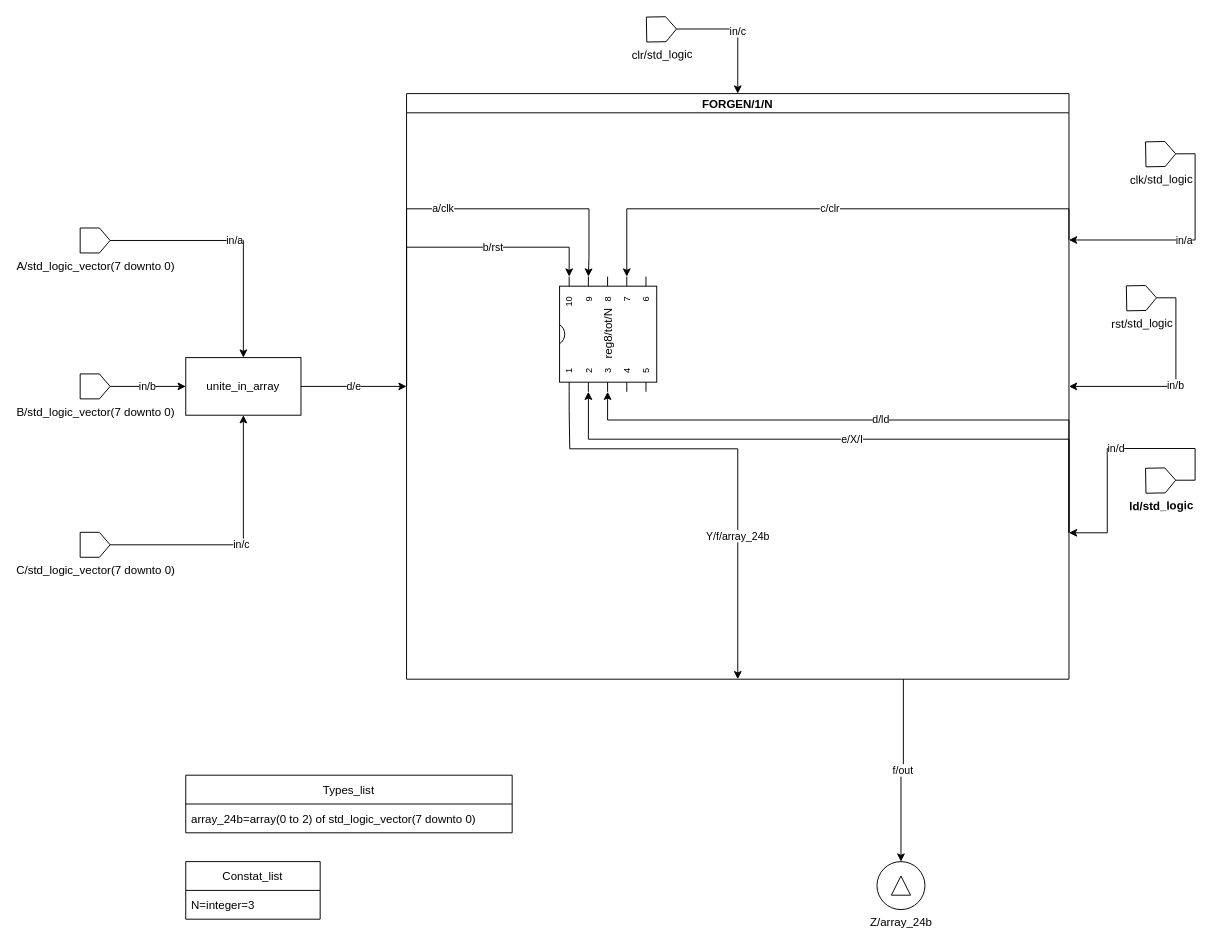
Earlier version of the draw.io diagram page "Page-14" (14 of 14) of Untitled Diagram.drawio (Chewilog/RTL_GEN). Source tidied: cells renumbered, new cells numbered last; positions are measured from the earlier drawing's top-left corner, leaving out a move shared by most shapes. Both pictures are drawn from the tidied source at 96%, with x=0, y=0 at pixel (80, 16).
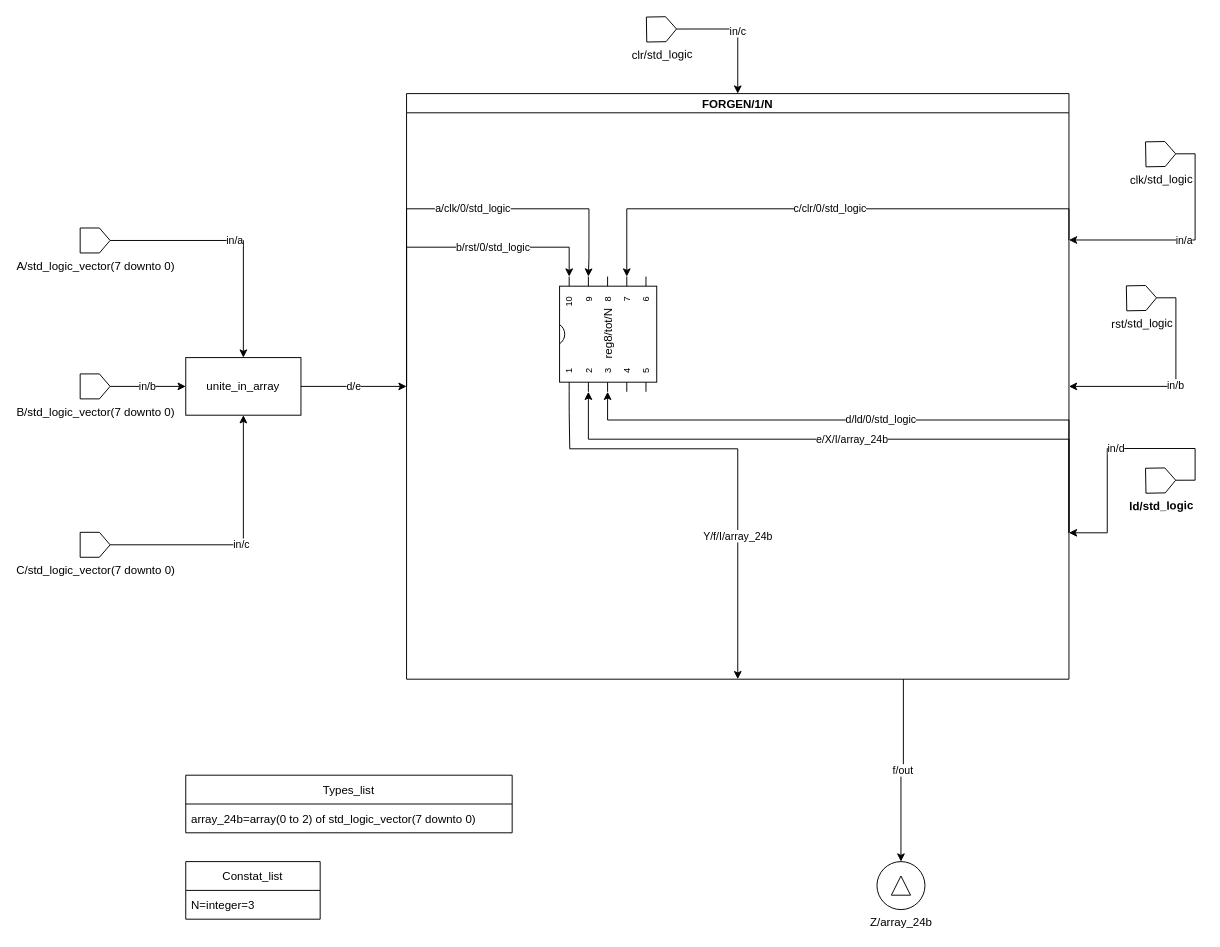
The same page after the edit.

The change refers to these unchanged cells:
```xml
<mxCell id="3" value="FORGEN/1/N" style="swimlane;startSize=20;horizontal=1;containerType=tree;enumerate=0;" parent="1" vertex="1">
  <mxGeometry x="340" y="80" width="690" height="610" as="geometry" />
</mxCell>
<mxCell id="5" value="reg8/tot/N" style="shadow=0;dashed=0;align=center;html=1;strokeWidth=1;shape=mxgraph.electrical.logic_gates.dual_inline_ic;labelNames=a,b,c,d,e,f,g,h,i,j,k,l,m,n,o,p,q,r,s,t;rotation=-90;pinLabelType=gen;" parent="3" vertex="1">
  <mxGeometry x="150" y="200" width="120" height="101.2" as="geometry" />
</mxCell>
```

What changed in the source:
```diff
@@
-    <mxCell id="4" value="Y/f/array_24b" style="edgeStyle=orthogonalEdgeStyle;rounded=0;jettySize=auto;html=1;exitX=0;exitY=0;exitDx=0;exitDy=10;exitPerimeter=0;entryX=0.5;entryY=1;entryDx=0;entryDy=0;" parent="3" edge="1" source="5" target="3">
+    <mxCell id="4" value="Y/f/I/array_24b" style="edgeStyle=orthogonalEdgeStyle;rounded=0;jettySize=auto;html=1;exitX=0;exitY=0;exitDx=0;exitDy=10;exitPerimeter=0;entryX=0.5;entryY=1;entryDx=0;entryDy=0;" parent="3" edge="1" source="5" target="3">
       <mxGeometry x="0.37" relative="1" as="geometry">
         <Array as="points">
           <mxPoint x="169" y="331" />
           <mxPoint x="170" y="370" />
           <mxPoint x="200" y="370" />
         </Array>
       </mxGeometry>
     </mxCell>
@@
-    <mxCell id="6" value="c/clr" style="edgeStyle=orthogonalEdgeStyle;rounded=0;comic=0;jettySize=auto;html=1;exitX=1;exitY=0.25;exitDx=0;exitDy=0;entryX=1;entryY=0;entryDx=0;entryDy=70;entryPerimeter=0;flowAnimation=0;" parent="3" edge="1" source="3" target="5">
+    <mxCell id="6" value="c/clr/0/std_logic" style="edgeStyle=orthogonalEdgeStyle;rounded=0;comic=0;jettySize=auto;html=1;exitX=1;exitY=0.25;exitDx=0;exitDy=0;entryX=1;entryY=0;entryDx=0;entryDy=70;entryPerimeter=0;flowAnimation=0;" parent="3" edge="1" source="3" target="5">
       <mxGeometry relative="1" as="geometry">
         <Array as="points">
           <mxPoint x="229" y="120" />
         </Array>
       </mxGeometry>
     </mxCell>
-    <mxCell id="7" value="b/rst" style="edgeStyle=orthogonalEdgeStyle;rounded=0;comic=0;jettySize=auto;html=1;exitX=0;exitY=0.5;exitDx=0;exitDy=0;entryX=1;entryY=0;entryDx=0;entryDy=10;entryPerimeter=0;" parent="3" edge="1" source="3" target="5">
+    <mxCell id="7" value="b/rst/0/std_logic" style="edgeStyle=orthogonalEdgeStyle;rounded=0;comic=0;jettySize=auto;html=1;exitX=0;exitY=0.5;exitDx=0;exitDy=0;entryX=1;entryY=0;entryDx=0;entryDy=10;entryPerimeter=0;" parent="3" edge="1" source="3" target="5">
       <mxGeometry x="0.36" relative="1" as="geometry">
         <Array as="points">
           <mxPoint y="160" />
           <mxPoint x="169" y="160" />
         </Array>
       </mxGeometry>
     </mxCell>
-    <mxCell id="8" value="a/clk" style="edgeStyle=orthogonalEdgeStyle;rounded=0;jettySize=auto;html=1;exitX=0;exitY=0.5;exitDx=0;exitDy=0;entryX=1;entryY=0;entryDx=0;entryDy=30;entryPerimeter=0;" parent="3" edge="1" source="3" target="5">
-      <mxGeometry relative="1" as="geometry">
+    <mxCell id="8" value="a/clk/0/std_logic" style="edgeStyle=orthogonalEdgeStyle;rounded=0;jettySize=auto;html=1;exitX=0;exitY=0.5;exitDx=0;exitDy=0;entryX=1;entryY=0;entryDx=0;entryDy=30;entryPerimeter=0;" parent="3" edge="1" source="3" target="5">
+      <mxGeometry x="0.14" relative="1" as="geometry">
         <Array as="points">
           <mxPoint y="120" />
           <mxPoint x="190" y="120" />
           <mxPoint x="190" y="171" />
         </Array>
       </mxGeometry>
     </mxCell>
-    <mxCell id="9" value="e/X/I" style="edgeStyle=orthogonalEdgeStyle;rounded=0;jettySize=auto;html=1;exitX=1;exitY=0.75;exitDx=0;exitDy=0;entryX=0;entryY=0;entryDx=0;entryDy=30;entryPerimeter=0;" parent="3" edge="1" source="3" target="5">
+    <mxCell id="9" value="e/X/I/array_24b" style="edgeStyle=orthogonalEdgeStyle;rounded=0;jettySize=auto;html=1;exitX=1;exitY=0.75;exitDx=0;exitDy=0;entryX=0;entryY=0;entryDx=0;entryDy=30;entryPerimeter=0;" parent="3" edge="1" source="3" target="5">
       <mxGeometry relative="1" as="geometry">
         <Array as="points">
           <mxPoint x="189" y="360" />
         </Array>
       </mxGeometry>
     </mxCell>
-    <mxCell id="10" value="d/ld" style="edgeStyle=orthogonalEdgeStyle;rounded=0;jettySize=auto;html=1;exitX=1;exitY=0.75;exitDx=0;exitDy=0;entryX=0;entryY=0;entryDx=0;entryDy=50;entryPerimeter=0;" parent="3" edge="1" source="3" target="5">
+    <mxCell id="10" value="d/ld/0/std_logic" style="edgeStyle=orthogonalEdgeStyle;rounded=0;jettySize=auto;html=1;exitX=1;exitY=0.75;exitDx=0;exitDy=0;entryX=0;entryY=0;entryDx=0;entryDy=50;entryPerimeter=0;" parent="3" edge="1" source="3" target="5">
       <mxGeometry relative="1" as="geometry">
         <Array as="points">
           <mxPoint x="690" y="340" />
           <mxPoint x="209" y="340" />
         </Array>
       </mxGeometry>
     </mxCell>
```
